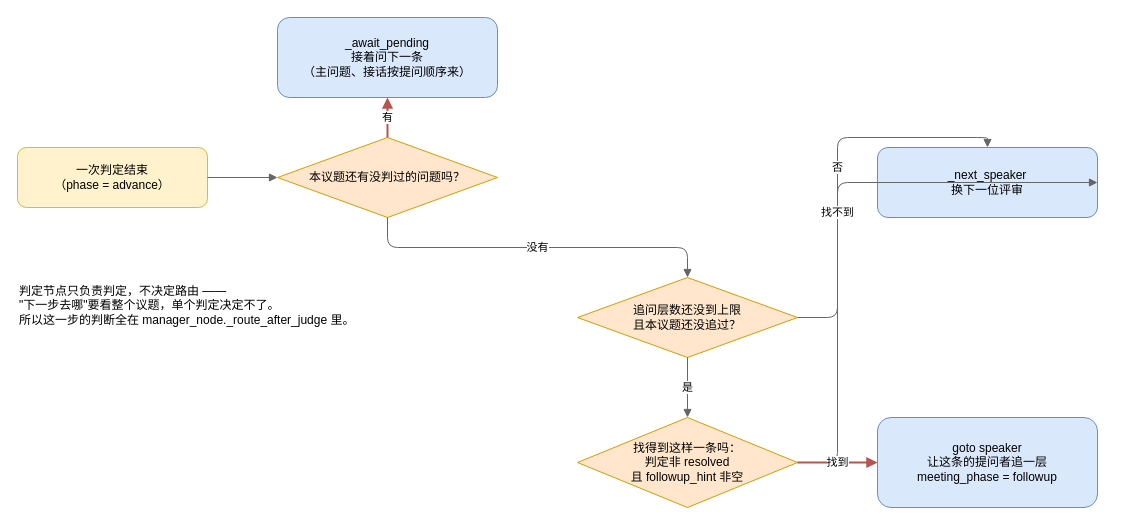
The draw.io diagram page "3. 判定后怎么走" (3 of 4) of docs/评审团流程图.drawio in xxf-wota/ai-review-board, before the edit. Source tidied: cells renumbered, new cells numbered last; positions are measured from the earlier drawing's top-left corner, leaving out a move shared by most shapes. Both pictures are drawn from the tidied source at 100%, with x=0, y=0 at pixel (17, 17).
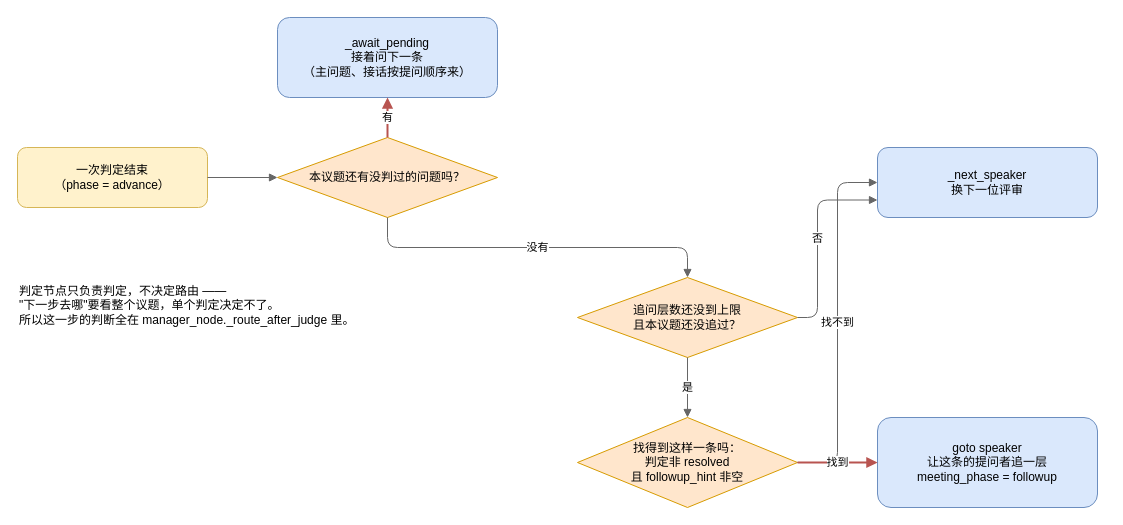
The same page after the edit.

The change refers to these unchanged cells:
```xml
<mxCell id="4" value="追问层数还没到上限&#10;且本议题还没追过？" style="rhombus;whiteSpace=wrap;html=1;fillColor=#ffe6cc;strokeColor=#d79b00;" parent="1" vertex="1">
  <mxGeometry x="560" y="260" width="220" height="80" as="geometry" />
</mxCell>
<mxCell id="5" value="找得到这样一条吗：&#10;判定非 resolved&#10;且 followup_hint 非空" style="rhombus;whiteSpace=wrap;html=1;fillColor=#ffe6cc;strokeColor=#d79b00;" parent="1" vertex="1">
  <mxGeometry x="560" y="400" width="220" height="90" as="geometry" />
</mxCell>
<mxCell id="8" value="_next_speaker&#10;换下一位评审" style="rounded=1;whiteSpace=wrap;html=1;fillColor=#dae8fc;strokeColor=#6c8ebf;" parent="1" vertex="1">
  <mxGeometry x="860" y="130" width="220" height="70" as="geometry" />
</mxCell>
```

The edit, as a diff of the source:
```diff
@@
-    <mxCell id="12" value="否" style="edgeStyle=orthogonalEdgeStyle;rounded=1;html=1;endArrow=block;endFill=1;strokeColor=#666666;exitX=1;exitY=0.5;exitDx=0;exitDy=0;entryX=0.5;entryY=0;entryDx=0;entryDy=0;" parent="1" edge="1" source="4" target="8">
-      <mxGeometry relative="1" as="geometry" />
+    <mxCell id="12" value="否" style="edgeStyle=orthogonalEdgeStyle;rounded=1;html=1;endArrow=block;endFill=1;strokeColor=#666666;exitX=1;exitY=0.5;exitDx=0;exitDy=0;entryX=0;entryY=0.75;entryDx=0;entryDy=0;" parent="1" edge="1" source="4" target="8">
+      <mxGeometry relative="1" as="geometry">
+        <Array as="points">
+          <mxPoint x="800" y="300" />
+          <mxPoint x="800" y="182.5" />
+        </Array>
+      </mxGeometry>
     </mxCell>
@@
-    <mxCell id="14" value="找不到" style="edgeStyle=orthogonalEdgeStyle;rounded=1;html=1;endArrow=block;endFill=1;strokeColor=#666666;exitX=1;exitY=0.5;exitDx=0;exitDy=0;entryX=1;entryY=0.5;entryDx=0;entryDy=0;" parent="1" edge="1" source="5" target="8">
+    <mxCell id="14" value="找不到" style="edgeStyle=orthogonalEdgeStyle;rounded=1;html=1;endArrow=block;endFill=1;strokeColor=#666666;exitX=1;exitY=0.5;exitDx=0;exitDy=0;entryX=0;entryY=0.5;entryDx=0;entryDy=0;" parent="1" edge="1" source="5" target="8">
       <mxGeometry relative="1" as="geometry">
         <Array as="points">
           <mxPoint x="820" y="445" />
           <mxPoint x="820" y="165" />
         </Array>
       </mxGeometry>
     </mxCell>
```
